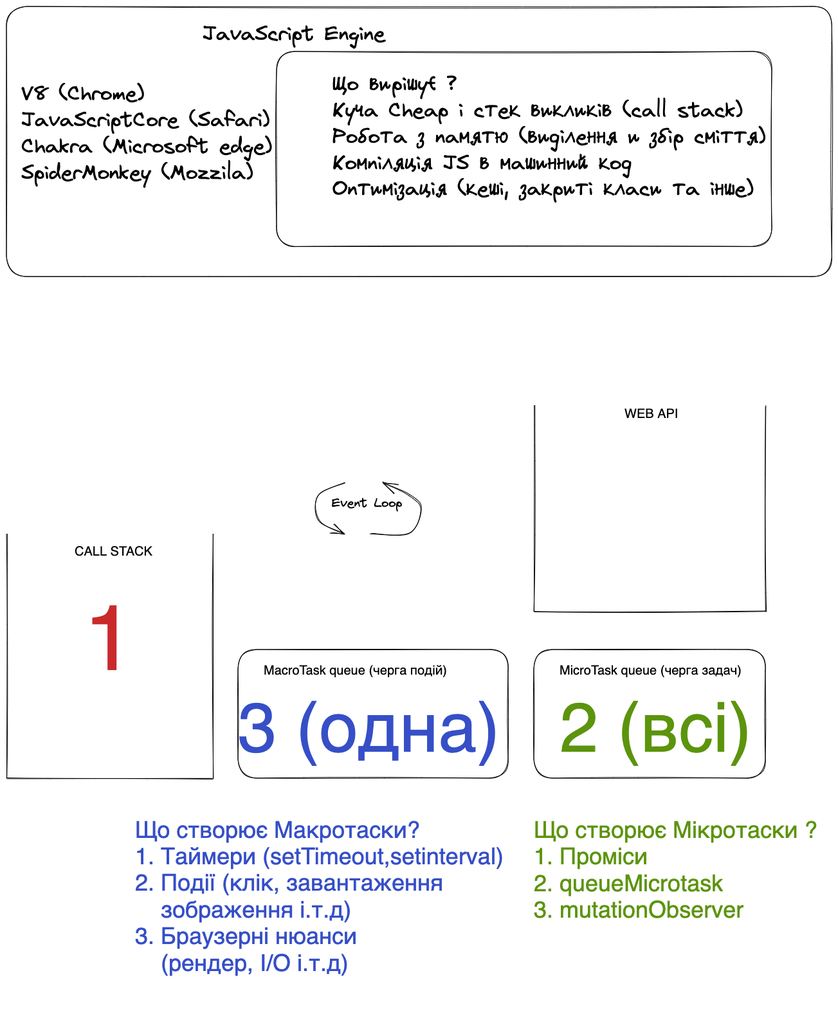
Before: docs/browsers-event-loop.png, a diagram exported from Excalidraw (MrAndriy/event-loop). Source tidied: one line per element, renumbered; positions are measured from the earlier drawing's top-left corner, leaving out a move shared by most shapes. Its diagram source:
```json
{"id": 0, "type": "line", "strokeColor": "#000000", "strokeWidth": 1, "roughness": 1, "x": 1, "y": 821, "width": 320, "height": 380, "points": [[0, 0], [0, 380], [320, 380], [320, 0]]}
{"id": 1, "type": "text", "text": "CALL STACK", "strokeColor": "#000000", "strokeWidth": 1, "roughness": 1, "fontSize": 20, "fontFamily": 2, "x": 106, "y": 835, "width": 121, "height": 23}
{"id": 2, "type": "arrow", "strokeColor": "#000000", "strokeWidth": 1, "roughness": 1, "endArrowhead": "arrow", "round": true, "x": 526, "y": 740, "width": 40, "height": 80, "points": [[0, 0], [-40, 20], [-40, 60], [0, 80]]}
{"id": 3, "type": "arrow", "strokeColor": "#000000", "strokeWidth": 1, "roughness": 1, "endArrowhead": "arrow", "round": true, "x": 566, "y": 820, "width": 80, "height": 80, "points": [[0, 0], [60, 0], [80, -40], [60, -60], [20, -80]]}
{"id": 4, "type": "text", "text": "Event Loop", "strokeColor": "#000000", "strokeWidth": 1, "roughness": 1, "fontSize": 20, "fontFamily": 1, "x": 506, "y": 760, "width": 110, "height": 25}
{"id": 5, "type": "rectangle", "strokeColor": "#000000", "strokeWidth": 1, "roughness": 1, "round": true, "x": 360, "y": 1000, "width": 420, "height": 200}
{"id": 6, "type": "text", "text": "MacroTask queue (черга подій)", "strokeColor": "#000000", "strokeWidth": 1, "roughness": 1, "fontSize": 20, "fontFamily": 2, "x": 400, "y": 1020, "width": 285, "height": 23}
{"id": 7, "type": "rectangle", "strokeColor": "#000000", "strokeWidth": 1, "roughness": 1, "round": true, "x": 820, "y": 1000, "width": 360, "height": 200}
{"id": 8, "type": "text", "text": "MicroTask queue (черга задач)", "strokeColor": "#000000", "strokeWidth": 1, "roughness": 1, "fontSize": 20, "fontFamily": 2, "x": 860, "y": 1020, "width": 283, "height": 23}
{"id": 9, "type": "text", "text": "WEB API", "strokeColor": "#000000", "strokeWidth": 1, "roughness": 1, "fontSize": 20, "fontFamily": 2, "x": 961, "y": 621, "width": 83, "height": 23}
{"id": 10, "type": "rectangle", "strokeColor": "#000000", "strokeWidth": 1, "roughness": 1, "round": true, "x": 0, "y": 0, "width": 1283, "height": 420}
{"id": 11, "type": "text", "text": "JavaScript Engine", "strokeColor": "#000000", "strokeWidth": 1, "roughness": 1, "fontSize": 32.67, "fontFamily": 1, "x": 305, "y": 23, "width": 284, "height": 41}
{"id": 12, "type": "text", "text": "V8 (Chrome)\nJavaScriptCore (Safari)\nChakra (Microsoft edge)\nSpiderMonkey (Mozzila)", "strokeColor": "#000000", "strokeWidth": 1, "roughness": 1, "fontSize": 32.67, "fontFamily": 1, "x": 23, "y": 117, "width": 390, "height": 163}
{"id": 13, "type": "rectangle", "strokeColor": "#000000", "strokeWidth": 1, "roughness": 1, "round": true, "x": 420, "y": 70, "width": 770, "height": 303}
{"id": 14, "type": "text", "text": "Що вирішує ?\nКуча Cheap і стек викликів (call stack)\nРобота з памятю (виділення и збір сміття)\nКомпіляція JS в машинний код\nОптимізація (кеші, закриті класи та інше) ", "strokeColor": "#000000", "strokeWidth": 1, "roughness": 1, "fontSize": 32.67, "fontFamily": 1, "x": 507, "y": 101, "width": 674, "height": 204}
{"id": 15, "type": "line", "strokeColor": "#000000", "strokeWidth": 1, "roughness": 1, "x": 821, "y": 621, "width": 360, "height": 320, "points": [[0, 0], [0, 320], [360, 320], [360, 0]]}
{"id": 16, "type": "text", "text": "1", "strokeColor": "#c92a2a", "strokeWidth": 1, "roughness": 1, "fontSize": 143.85, "fontFamily": 2, "x": 120, "y": 900, "width": 80, "height": 165}
{"id": 17, "type": "text", "text": "2 (всі)", "strokeColor": "#5c940d", "strokeWidth": 1, "roughness": 1, "fontSize": 107.88, "fontFamily": 2, "x": 860, "y": 1060, "width": 299, "height": 124}
{"id": 18, "type": "text", "text": "3 (одна)", "strokeColor": "#364fc7", "strokeWidth": 1, "roughness": 1, "fontSize": 107.88, "fontFamily": 2, "x": 360, "y": 1060, "width": 407, "height": 124}
{"id": 19, "type": "text", "text": "Що створює Мікротаски ?\n1. Проміси\n2. queueMicrotask\n3. mutationObserver", "strokeColor": "#5c940d", "strokeWidth": 1, "roughness": 1, "fontSize": 36, "fontFamily": 2, "x": 820, "y": 1260, "width": 441, "height": 166}
{"id": 20, "type": "text", "text": "Що створює Макротаски?\n1. Таймери (setTimeout,setinterval)\n2. Події (клік, завантаження \n    зображення і.т.д)\n3. Браузерні нюанси\n    (рендер, I/O і.т.д)\n", "strokeColor": "#364fc7", "strokeWidth": 1, "roughness": 1, "fontSize": 36, "fontFamily": 2, "x": 200, "y": 1260, "width": 573, "height": 290}
```
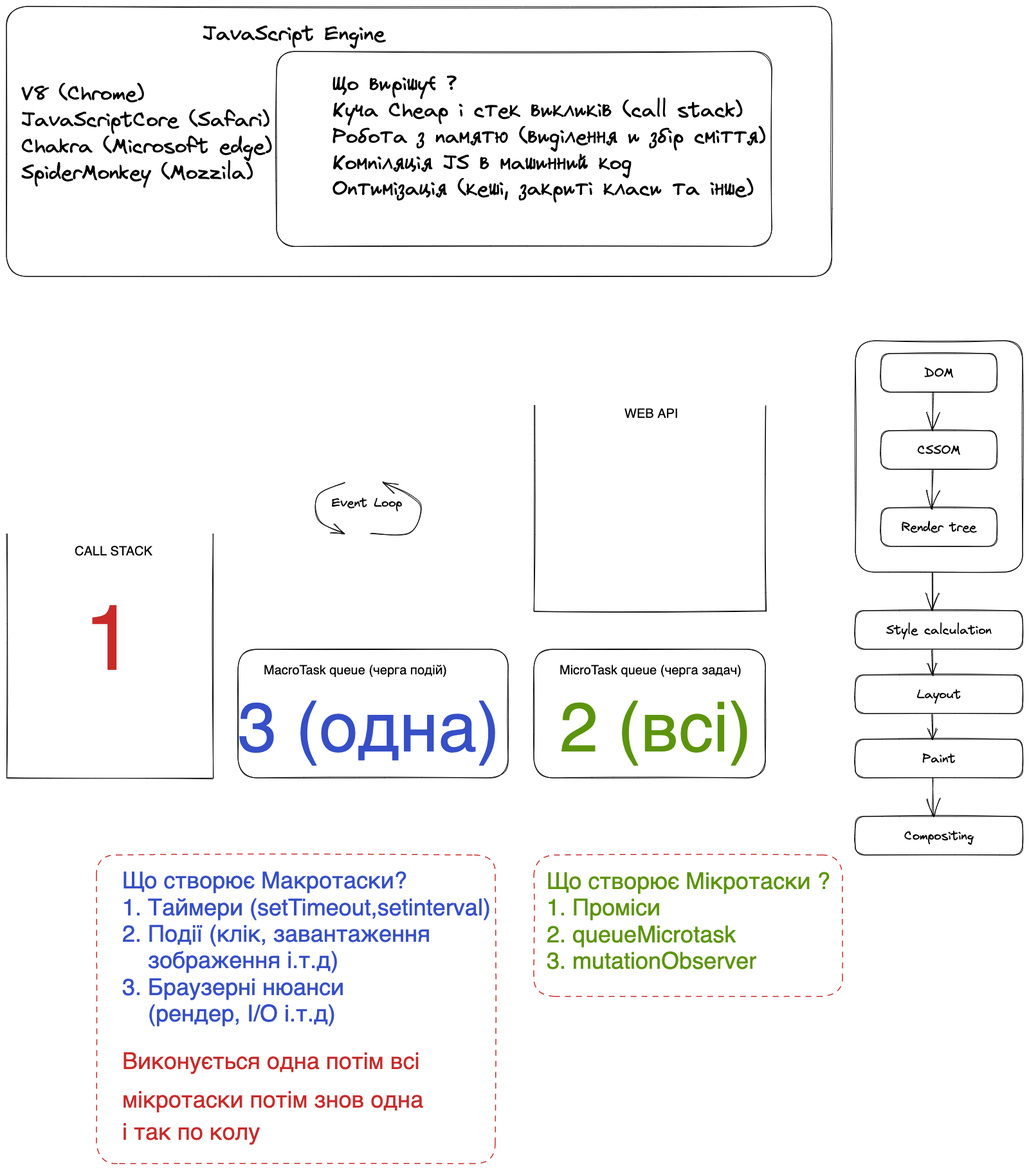
Later version of the same file.

What changed in the source:
```diff
@@ -10,12 +10,38 @@
 {"id": 9, "type": "text", "text": "WEB API", "strokeColor": "#000000", "strokeWidth": 1, "roughness": 1, "fontSize": 20, "fontFamily": 2, "x": 961, "y": 621, "width": 83, "height": 23}
 {"id": 10, "type": "rectangle", "strokeColor": "#000000", "strokeWidth": 1, "roughness": 1, "round": true, "x": 0, "y": 0, "width": 1283, "height": 420}
 {"id": 11, "type": "text", "text": "JavaScript Engine", "strokeColor": "#000000", "strokeWidth": 1, "roughness": 1, "fontSize": 32.67, "fontFamily": 1, "x": 305, "y": 23, "width": 284, "height": 41}
-{"id": 12, "type": "text", "text": "V8 (Chrome)\nJavaScriptCore (Safari)\nChakra (Microsoft edge)\nSpiderMonkey (Mozzila)", "strokeColor": "#000000", "strokeWidth": 1, "roughness": 1, "fontSize": 32.67, "fontFamily": 1, "x": 23, "y": 117, "width": 390, "height": 163}
+{"id": 12, "type": "text", "text": "V8 (Chrome)\nJavaScriptCore (Safari)\nChakra (Microsoft edge)\nSpiderMonkey (Mozzila)", "strokeColor": "#000000", "strokeWidth": 1, "roughness": 1, "fontSize": 32.67, "fontFamily": 1, "x": 23, "y": 117, "width": 389, "height": 163}
 {"id": 13, "type": "rectangle", "strokeColor": "#000000", "strokeWidth": 1, "roughness": 1, "round": true, "x": 420, "y": 70, "width": 770, "height": 303}
 {"id": 14, "type": "text", "text": "Що вирішує ?\nКуча Cheap і стек викликів (call stack)\nРобота з памятю (виділення и збір сміття)\nКомпіляція JS в машинний код\nОптимізація (кеші, закриті класи та інше) ", "strokeColor": "#000000", "strokeWidth": 1, "roughness": 1, "fontSize": 32.67, "fontFamily": 1, "x": 507, "y": 101, "width": 674, "height": 204}
 {"id": 15, "type": "line", "strokeColor": "#000000", "strokeWidth": 1, "roughness": 1, "x": 821, "y": 621, "width": 360, "height": 320, "points": [[0, 0], [0, 320], [360, 320], [360, 0]]}
 {"id": 16, "type": "text", "text": "1", "strokeColor": "#c92a2a", "strokeWidth": 1, "roughness": 1, "fontSize": 143.85, "fontFamily": 2, "x": 120, "y": 900, "width": 80, "height": 165}
 {"id": 17, "type": "text", "text": "2 (всі)", "strokeColor": "#5c940d", "strokeWidth": 1, "roughness": 1, "fontSize": 107.88, "fontFamily": 2, "x": 860, "y": 1060, "width": 299, "height": 124}
 {"id": 18, "type": "text", "text": "3 (одна)", "strokeColor": "#364fc7", "strokeWidth": 1, "roughness": 1, "fontSize": 107.88, "fontFamily": 2, "x": 360, "y": 1060, "width": 407, "height": 124}
-{"id": 19, "type": "text", "text": "Що створює Мікротаски ?\n1. Проміси\n2. queueMicrotask\n3. mutationObserver", "strokeColor": "#5c940d", "strokeWidth": 1, "roughness": 1, "fontSize": 36, "fontFamily": 2, "x": 820, "y": 1260, "width": 441, "height": 166}
+{"id": 19, "type": "text", "text": "Що створює Мікротаски ?\n1. Проміси\n2. queueMicrotask\n3. mutationObserver", "strokeColor": "#5c940d", "strokeWidth": 1, "roughness": 1, "fontSize": 36, "fontFamily": 2, "x": 840, "y": 1340, "width": 441, "height": 166}
-{"id": 20, "type": "text", "text": "Що створює Макротаски?\n1. Таймери (setTimeout,setinterval)\n2. Події (клік, завантаження \n    зображення і.т.д)\n3. Браузерні нюанси\n    (рендер, I/O і.т.д)\n", "strokeColor": "#364fc7", "strokeWidth": 1, "roughness": 1, "fontSize": 36, "fontFamily": 2, "x": 200, "y": 1260, "width": 573, "height": 290}
+{"id": 20, "type": "text", "text": "Що створює Макротаски?\n1. Таймери (setTimeout,setinterval)\n2. Події (клік, завантаження \n    зображення і.т.д)\n3. Браузерні нюанси\n    (рендер, I/O і.т.д)\n\n", "strokeColor": "#364fc7", "strokeWidth": 1, "roughness": 1, "fontSize": 36, "fontFamily": 2, "x": 180, "y": 1340, "width": 573, "height": 331}
+{"id": 21, "type": "rectangle", "strokeColor": "#000000", "strokeWidth": 1, "roughness": 1, "round": true, "x": 1320, "y": 520, "width": 260, "height": 360}
+{"id": 22, "type": "rectangle", "strokeColor": "#000000", "strokeWidth": 1, "roughness": 1, "round": true, "x": 1360, "y": 540, "width": 180, "height": 60}
+{"id": 23, "type": "text", "text": "DOM", "strokeColor": "#000000", "strokeWidth": 1, "roughness": 1, "fontSize": 20, "fontFamily": 1, "textAlign": "center", "verticalAlign": "middle", "inside": 22, "x": 1427, "y": 558, "width": 45, "height": 25}
+{"id": 24, "type": "rectangle", "strokeColor": "#000000", "strokeWidth": 1, "roughness": 1, "round": true, "x": 1360, "y": 660, "width": 180, "height": 60}
+{"id": 25, "type": "text", "text": "CSSOM", "strokeColor": "#000000", "strokeWidth": 1, "roughness": 1, "fontSize": 20, "fontFamily": 1, "textAlign": "center", "verticalAlign": "middle", "inside": 24, "x": 1416, "y": 678, "width": 67, "height": 25}
+{"id": 26, "type": "rectangle", "strokeColor": "#000000", "strokeWidth": 1, "roughness": 1, "round": true, "x": 1360, "y": 780, "width": 180, "height": 60}
+{"id": 27, "type": "text", "text": "Render tree", "strokeColor": "#000000", "strokeWidth": 1, "roughness": 1, "fontSize": 20, "fontFamily": 1, "textAlign": "center", "verticalAlign": "middle", "inside": 26, "x": 1392, "y": 798, "width": 117, "height": 25}
+{"id": 28, "type": "arrow", "strokeColor": "#000000", "strokeWidth": 1, "roughness": 1, "endArrowhead": "arrow", "round": true, "from": 22, "to": 24, "x": 1440, "y": 600, "width": 0, "height": 60, "points": [[0, 0], [0, 60]]}
+{"id": 29, "type": "arrow", "strokeColor": "#000000", "strokeWidth": 1, "roughness": 1, "endArrowhead": "arrow", "round": true, "from": 24, "to": 26, "x": 1440, "y": 720, "width": 0, "height": 60, "points": [[0, 0], [0, 60]]}
+{"id": 30, "type": "rectangle", "strokeColor": "#000000", "strokeWidth": 1, "roughness": 1, "round": true, "x": 1320, "y": 940, "width": 260, "height": 60}
+{"id": 31, "type": "text", "text": "Style calculation", "strokeColor": "#000000", "strokeWidth": 1, "roughness": 1, "fontSize": 20, "fontFamily": 1, "textAlign": "center", "verticalAlign": "middle", "inside": 30, "x": 1368, "y": 958, "width": 164, "height": 25}
+{"id": 32, "type": "rectangle", "strokeColor": "#000000", "strokeWidth": 1, "roughness": 1, "round": true, "x": 1320, "y": 1040, "width": 260, "height": 60}
+{"id": 33, "type": "text", "text": "Layout", "strokeColor": "#000000", "strokeWidth": 1, "roughness": 1, "fontSize": 20, "fontFamily": 1, "textAlign": "center", "verticalAlign": "middle", "inside": 32, "x": 1416, "y": 1058, "width": 68, "height": 25}
+{"id": 34, "type": "rectangle", "strokeColor": "#000000", "strokeWidth": 1, "roughness": 1, "round": true, "x": 1320, "y": 1140, "width": 260, "height": 60}
+{"id": 35, "type": "text", "text": "Paint", "strokeColor": "#000000", "strokeWidth": 1, "roughness": 1, "fontSize": 20, "fontFamily": 1, "textAlign": "center", "verticalAlign": "middle", "inside": 34, "x": 1424, "y": 1158, "width": 52, "height": 25}
+{"id": 36, "type": "rectangle", "strokeColor": "#000000", "strokeWidth": 1, "roughness": 1, "round": true, "x": 1320, "y": 1260, "width": 260, "height": 60}
+{"id": 37, "type": "text", "text": "Compositing", "strokeColor": "#000000", "strokeWidth": 1, "roughness": 1, "fontSize": 20, "fontFamily": 1, "textAlign": "center", "verticalAlign": "middle", "inside": 36, "x": 1396, "y": 1278, "width": 108, "height": 25}
+{"id": 38, "type": "arrow", "strokeColor": "#000000", "strokeWidth": 1, "roughness": 1, "endArrowhead": "arrow", "round": true, "from": 21, "to": 30, "x": 1440, "y": 880, "width": 0, "height": 60, "points": [[0, 0], [0, 60]]}
+{"id": 39, "type": "arrow", "strokeColor": "#000000", "strokeWidth": 1, "roughness": 1, "endArrowhead": "arrow", "round": true, "to": 32, "x": 1440, "y": 1000, "width": 0, "height": 40, "points": [[0, 0], [0, 40]]}
+{"id": 40, "type": "arrow", "strokeColor": "#000000", "strokeWidth": 1, "roughness": 1, "endArrowhead": "arrow", "round": true, "from": 32, "to": 34, "x": 1440, "y": 1100, "width": 0, "height": 40, "points": [[0, 0], [0, 40]]}
+{"id": 41, "type": "arrow", "strokeColor": "#000000", "strokeWidth": 1, "roughness": 1, "endArrowhead": "arrow", "round": true, "from": 34, "to": 36, "x": 1440, "y": 1200, "width": 0, "height": 60, "points": [[0, 0], [0, 60]]}
+{"id": 42, "type": "text", "text": "Виконується одна потім всі", "strokeColor": "#c92a2a", "strokeWidth": 1, "roughness": 1, "fontSize": 36, "fontFamily": 2, "x": 180, "y": 1620, "width": 462, "height": 41}
+{"id": 43, "type": "text", "text": "мікротаски потім знов одна", "strokeColor": "#c92a2a", "strokeWidth": 1, "roughness": 1, "fontSize": 36, "fontFamily": 2, "x": 180, "y": 1680, "width": 468, "height": 41}
+{"id": 44, "type": "text", "text": "і так по колу", "strokeColor": "#c92a2a", "strokeWidth": 1, "roughness": 1, "fontSize": 36, "fontFamily": 2, "x": 180, "y": 1730, "width": 214, "height": 41}
+{"id": 45, "type": "rectangle", "strokeColor": "#c92a2a", "strokeWidth": 1, "strokeStyle": "dashed", "roughness": 1, "round": true, "x": 140, "y": 1320, "width": 620, "height": 480}
+{"id": 46, "type": "rectangle", "strokeColor": "#c92a2a", "strokeWidth": 1, "strokeStyle": "dashed", "roughness": 1, "round": true, "x": 820, "y": 1320, "width": 480, "height": 220}
```
